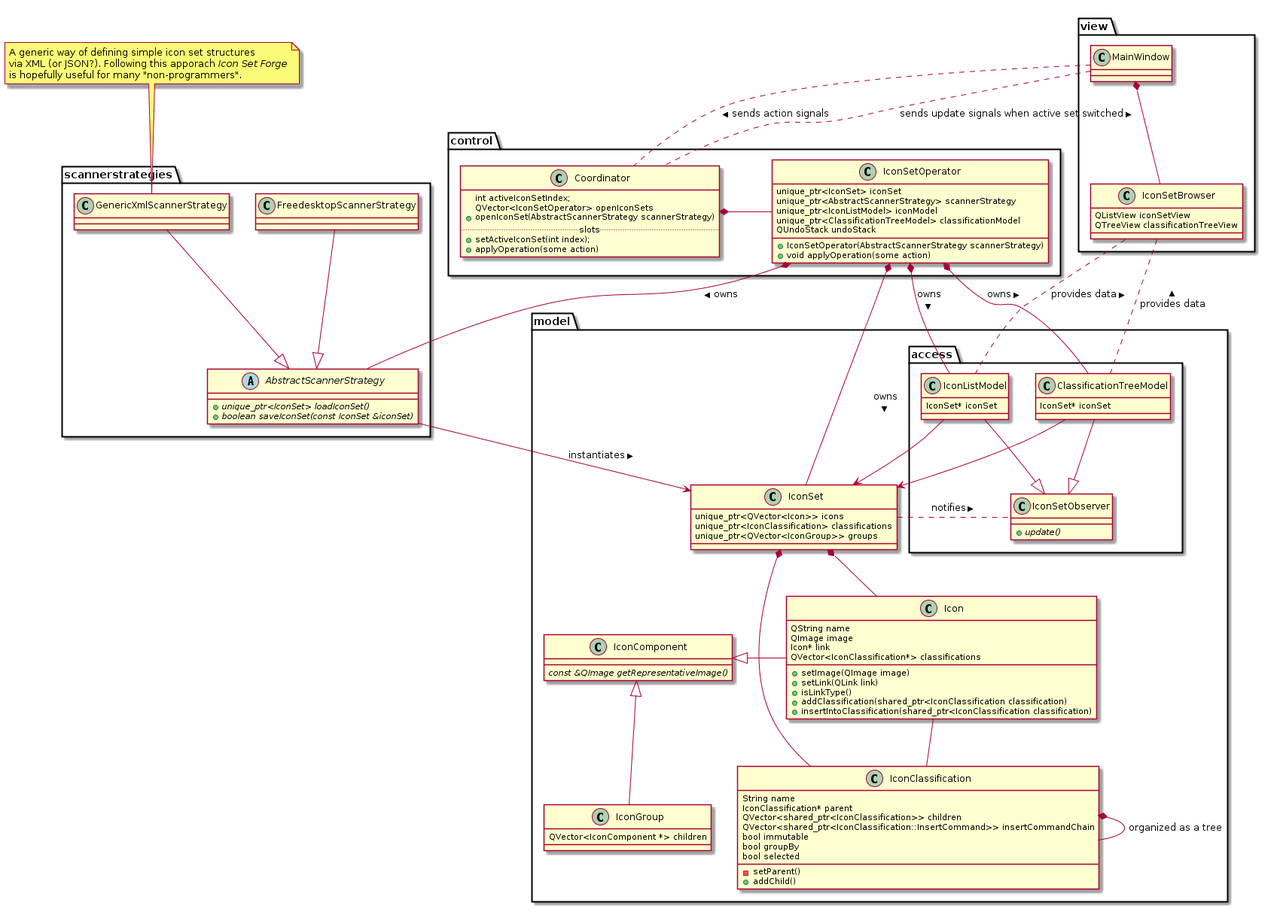
This is Concept/UML/classes.png from Manuel-Kehl/Icon-Set-Forge, a PlantUML export, as it was before one commit.
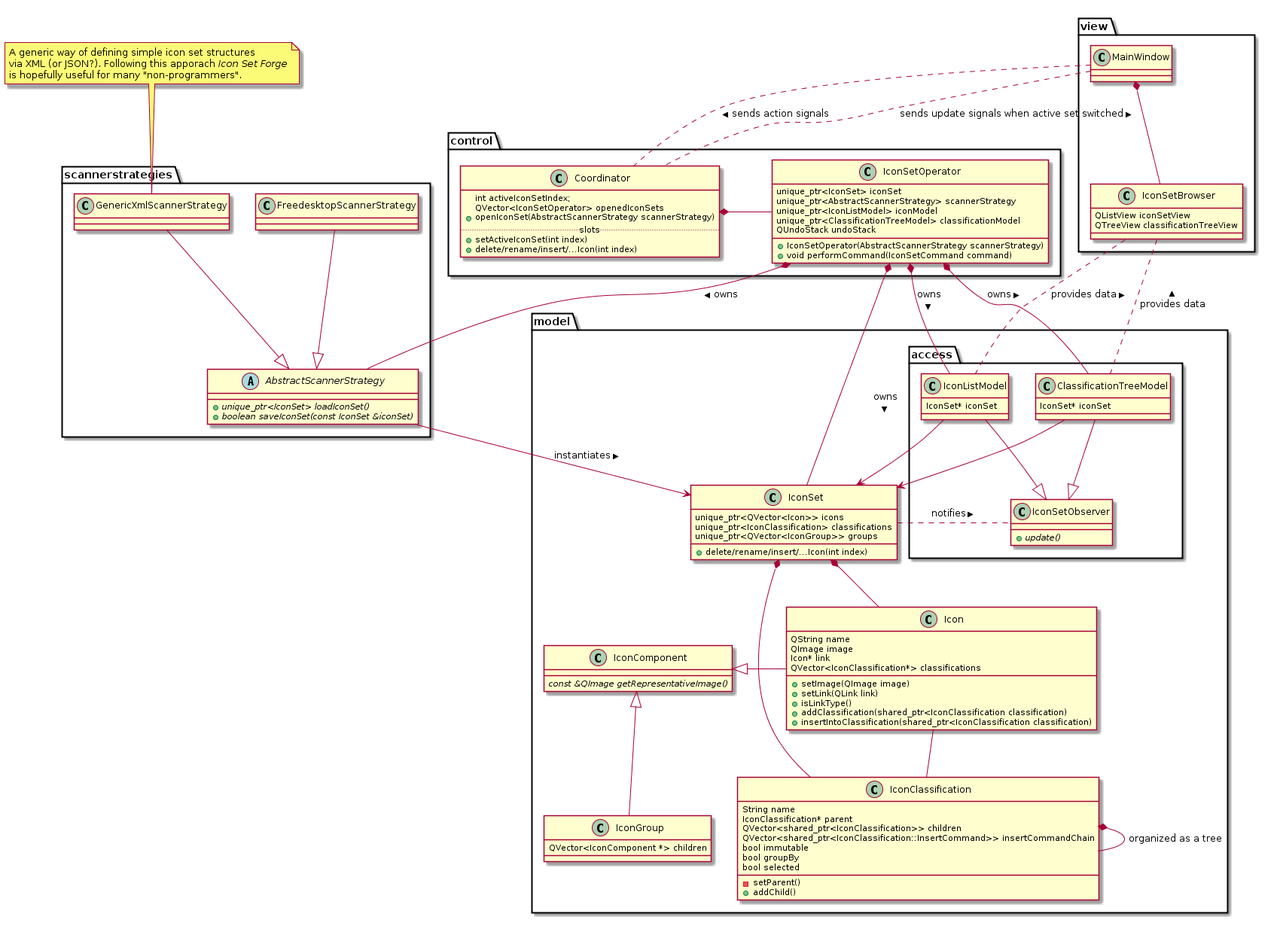
Later version of the same file.

Commit message:
Updated the UML to reflect the flow of actions and operations.

The edit, as a diff of the source:
```diff
@@ -17,6 +17,7 @@
 		unique_ptr<QVector<Icon>> icons
 		unique_ptr<IconClassification> classifications
 		unique_ptr<QVector<IconGroup>> groups
+		+delete/rename/insert/...Icon(int index)
 	}
 
 	class IconComponent {
@@ -81,11 +82,11 @@
 package control {
 	class Coordinator {
 		int activeIconSetIndex;
-		QVector<IconSetOperator> openIconSets
+		QVector<IconSetOperator> openedIconSets
 		+openIconSet(AbstractScannerStrategy scannerStrategy)
 		..slots..
-		+setActiveIconSet(int index);
-		+applyOperation(some action)
+		+setActiveIconSet(int index)
+		+delete/rename/insert/...Icon(int index)
 	}
 	class IconSetOperator {
 		unique_ptr<IconSet> iconSet
@@ -94,7 +95,7 @@
 		unique_ptr<ClassificationTreeModel> classificationModel
 		QUndoStack undoStack
 		+ IconSetOperator(AbstractScannerStrategy scannerStrategy)
-		+ void applyOperation(some action)
+		+ void performCommand(IconSetCommand command)
 	}
 
 	Coordinator *-IconSetOperator
```
